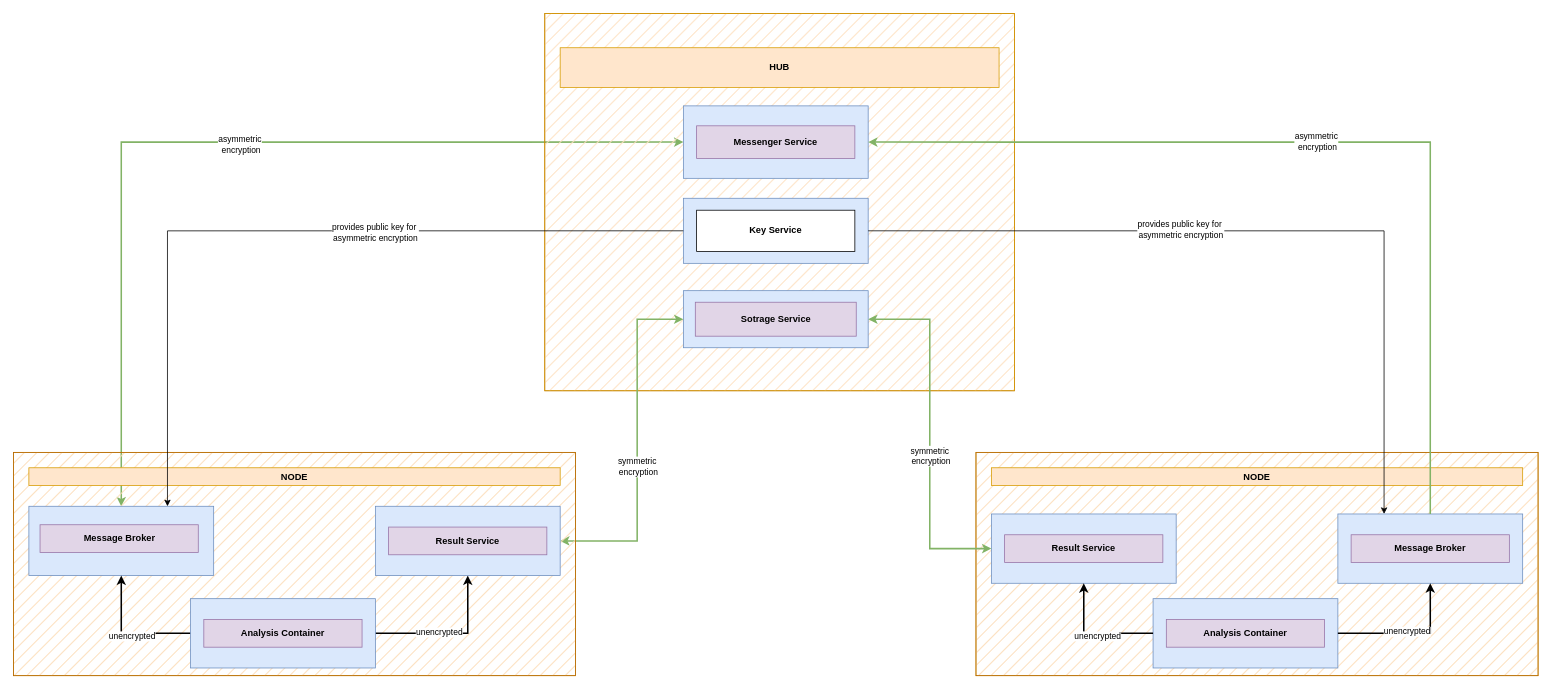
Above: architecture/communication.drawio in PrivateAIM/diagrams (draw.io), before the change. Source tidied: cells renumbered, new cells numbered last; positions are measured from the earlier drawing's top-left corner, leaving out a move shared by most shapes. Both pictures are drawn from the tidied source at 77%, with x=0, y=0 at pixel (13, 13).
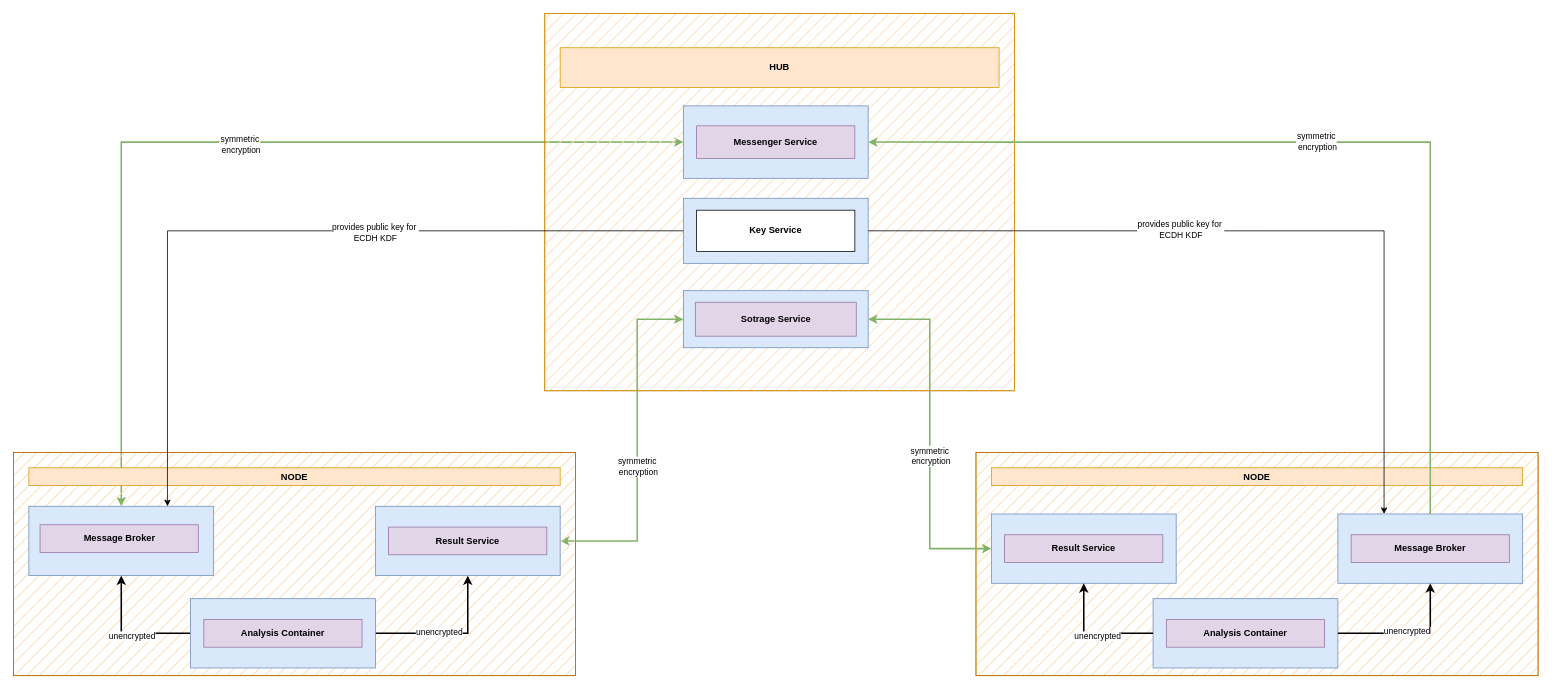
Above is the later version.

Commit message:
feat: updated lines between hub and node

The change refers to these unchanged cells:
```xml
<mxCell id="2" style="edgeStyle=orthogonalEdgeStyle;rounded=0;jettySize=auto;html=1;entryX=0;entryY=0.5;entryDx=0;entryDy=0;exitX=0.5;exitY=0;exitDx=0;exitDy=0;strokeWidth=2;fillColor=#d5e8d4;strokeColor=#82b366;startArrow=classic;startFill=1;" parent="1" edge="1" source="23" target="9">
  <mxGeometry relative="1" as="geometry" />
</mxCell>
<mxCell id="49" style="edgeStyle=orthogonalEdgeStyle;rounded=0;jettySize=auto;html=1;entryX=0.75;entryY=0;entryDx=0;entryDy=0;exitX=0;exitY=0.5;exitDx=0;exitDy=0;" parent="1" edge="1" source="12" target="23">
  <mxGeometry relative="1" as="geometry">
    <Array as="points">
      <mxPoint x="200" y="282" />
    </Array>
  </mxGeometry>
</mxCell>
<mxCell id="51" style="edgeStyle=orthogonalEdgeStyle;rounded=0;jettySize=auto;html=1;entryX=1;entryY=0.5;entryDx=0;entryDy=0;exitX=0.5;exitY=0;exitDx=0;exitDy=0;strokeWidth=2;fillColor=#d5e8d4;strokeColor=#82b366;" parent="1" edge="1" source="40" target="9">
  <mxGeometry relative="1" as="geometry" />
</mxCell>
<mxCell id="55" style="edgeStyle=orthogonalEdgeStyle;rounded=0;jettySize=auto;html=1;entryX=0.25;entryY=0;entryDx=0;entryDy=0;exitX=1;exitY=0.5;exitDx=0;exitDy=0;" parent="1" edge="1" source="12" target="40">
  <mxGeometry relative="1" as="geometry" />
</mxCell>
```

Diff of the diagram source:
```diff
@@
-    <mxCell id="3" value="asymmetric&lt;div&gt;&amp;nbsp;encryption&lt;/div&gt;" style="edgeLabel;html=1;align=center;verticalAlign=middle;" parent="2" vertex="1">
+    <mxCell id="3" value="&lt;div&gt;symmetric&lt;/div&gt;&lt;div&gt;&amp;nbsp;encryption&lt;/div&gt;" style="edgeLabel;html=1;align=center;verticalAlign=middle;" parent="2" vertex="1">
       <mxGeometry x="0.04" y="-2" relative="1" as="geometry">
         <mxPoint y="1" as="offset" />
       </mxGeometry>
     </mxCell>
@@
-    <mxCell id="50" value="provides public key for&amp;nbsp;&lt;div&gt;asymmetric encryption&lt;/div&gt;" style="edgeLabel;html=1;align=center;verticalAlign=middle;" parent="49" vertex="1">
+    <mxCell id="50" value="provides public key for&amp;nbsp;&lt;div&gt;ECDH KDF&lt;/div&gt;" style="edgeLabel;html=1;align=center;verticalAlign=middle;" parent="49" vertex="1">
       <mxGeometry x="-0.22" y="2" relative="1" as="geometry" />
     </mxCell>
@@
-    <mxCell id="52" value="asymmetric&lt;div&gt;&amp;nbsp;encryption&lt;/div&gt;" style="edgeLabel;html=1;align=center;verticalAlign=middle;" parent="51" vertex="1">
+    <mxCell id="52" value="&lt;div&gt;&lt;span style=&quot;background-color: light-dark(#ffffff, var(--ge-dark-color, #121212)); color: light-dark(rgb(0, 0, 0), rgb(255, 255, 255));&quot;&gt;symmetric&lt;/span&gt;&lt;br&gt;&lt;/div&gt;&lt;div&gt;&amp;nbsp;encryption&lt;/div&gt;" style="edgeLabel;html=1;align=center;verticalAlign=middle;" parent="51" vertex="1">
       <mxGeometry x="0.04" y="-2" relative="1" as="geometry">
         <mxPoint y="1" as="offset" />
       </mxGeometry>
     </mxCell>
@@
-    <mxCell id="56" value="provides public key for&amp;nbsp;&lt;div&gt;asymmetric encryption&lt;/div&gt;" style="edgeLabel;html=1;align=center;verticalAlign=middle;" parent="55" vertex="1">
+    <mxCell id="56" value="provides public key for&amp;nbsp;&lt;div&gt;ECDH KDF&lt;/div&gt;" style="edgeLabel;html=1;align=center;verticalAlign=middle;" parent="55" vertex="1">
       <mxGeometry x="-0.22" y="2" relative="1" as="geometry" />
     </mxCell>
```
